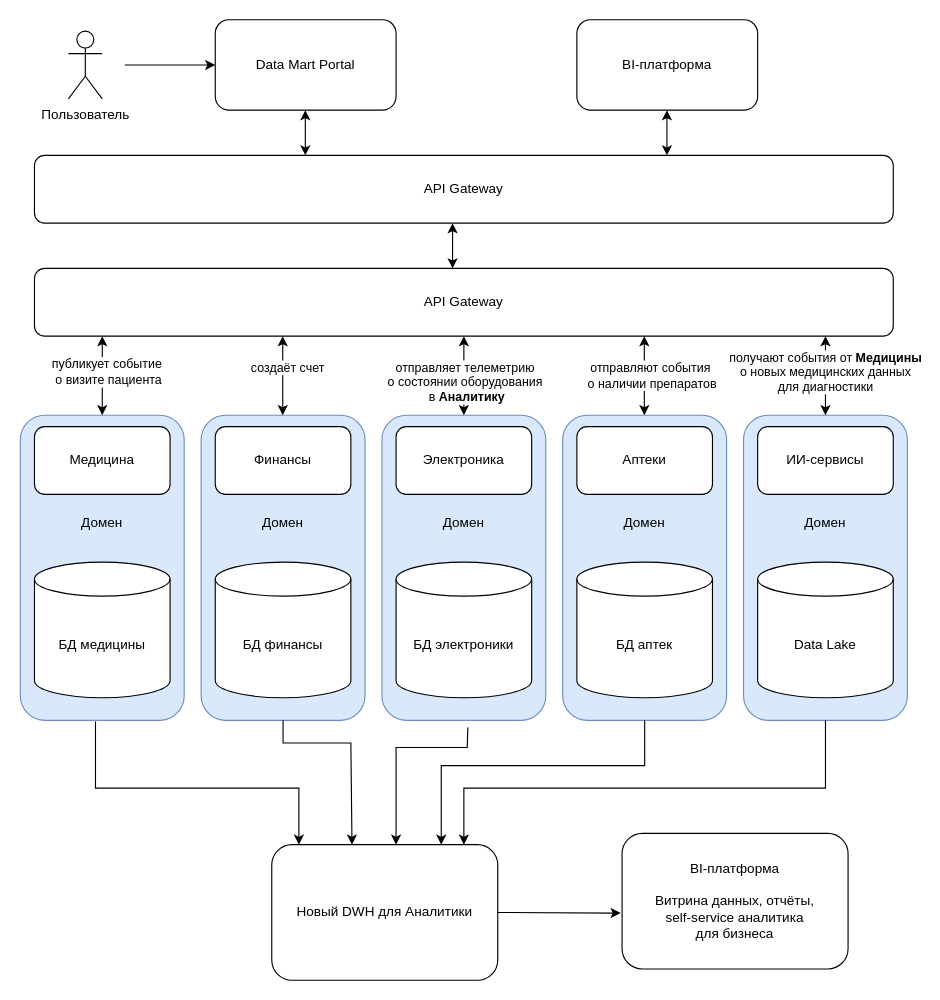
Before: Task2/diagram_task_2.drawio in gulyasmir/architecture-future_2_0, a draw.io diagram. Source tidied: cells renumbered, new cells numbered last; positions are measured from the earlier drawing's top-left corner, leaving out a move shared by most shapes. Both pictures are drawn from the tidied source at 113%, with x=0, y=0 at pixel (20, 19).
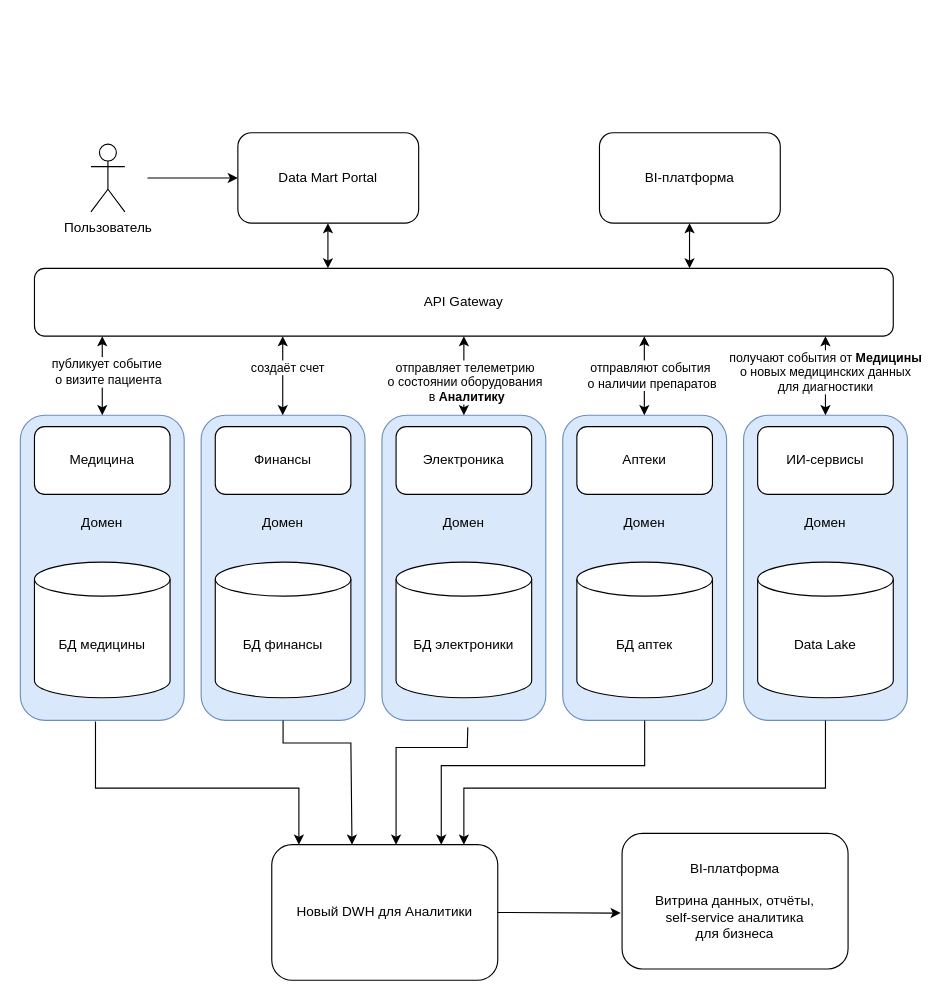
The same page after the edit.

The edit, as a diff of the source:
```diff
@@
     <mxCell id="7" value="Пользователь" style="shape=umlActor;verticalLabelPosition=bottom;verticalAlign=top;html=1;" parent="1" vertex="1">
-      <mxGeometry x="42" y="10" width="30" height="60" as="geometry" />
+      <mxGeometry x="62" y="110" width="30" height="60" as="geometry" />
     </mxCell>
     <mxCell id="8" value="Data Mart Portal" style="rounded=1;whiteSpace=wrap;html=1;" parent="1" vertex="1">
-      <mxGeometry x="172" width="160" height="80" as="geometry" />
+      <mxGeometry x="192" y="100" width="160" height="80" as="geometry" />
     </mxCell>
     <mxCell id="9" value="BI-платформа" style="rounded=1;whiteSpace=wrap;html=1;" parent="1" vertex="1">
-      <mxGeometry x="492" width="160" height="80" as="geometry" />
+      <mxGeometry x="512" y="100" width="160" height="80" as="geometry" />
     </mxCell>
-    <mxCell id="10" value="API Gateway" style="rounded=1;whiteSpace=wrap;html=1;" parent="1" vertex="1">
-      <mxGeometry x="12" y="120" width="760" height="60" as="geometry" />
-    </mxCell>
@@
-    <mxCell id="39" style="endArrow=classic;startArrow=classic;html=1;rounded=0;" parent="1" edge="1">
-      <mxGeometry relative="1" as="geometry">
-        <mxPoint x="382" y="220" as="sourcePoint" />
-        <mxPoint x="382" y="180" as="targetPoint" />
-      </mxGeometry>
-    </mxCell>
     <mxCell id="40" style="endArrow=classic;startArrow=classic;html=1;rounded=0;" parent="1" edge="1">
       <mxGeometry relative="1" as="geometry">
-        <mxPoint x="251.7" y="120" as="sourcePoint" />
-        <mxPoint x="251.7" y="80" as="targetPoint" />
+        <mxPoint x="271.7" y="220" as="sourcePoint" />
+        <mxPoint x="271.7" y="180" as="targetPoint" />
       </mxGeometry>
     </mxCell>
     <mxCell id="41" style="endArrow=classic;startArrow=classic;html=1;rounded=0;" parent="1" edge="1">
       <mxGeometry relative="1" as="geometry">
-        <mxPoint x="571.7" y="120" as="sourcePoint" />
-        <mxPoint x="571.7" y="80" as="targetPoint" />
+        <mxPoint x="591.7" y="220" as="sourcePoint" />
+        <mxPoint x="591.7" y="180" as="targetPoint" />
       </mxGeometry>
     </mxCell>
     <mxCell id="42" style="endArrow=classic;html=1;rounded=0;" parent="1" edge="1">
       <mxGeometry relative="1" as="geometry">
-        <mxPoint x="92" y="40" as="sourcePoint" />
-        <mxPoint x="172" y="40" as="targetPoint" />
+        <mxPoint x="112" y="140" as="sourcePoint" />
+        <mxPoint x="192" y="140" as="targetPoint" />
       </mxGeometry>
     </mxCell>
```
